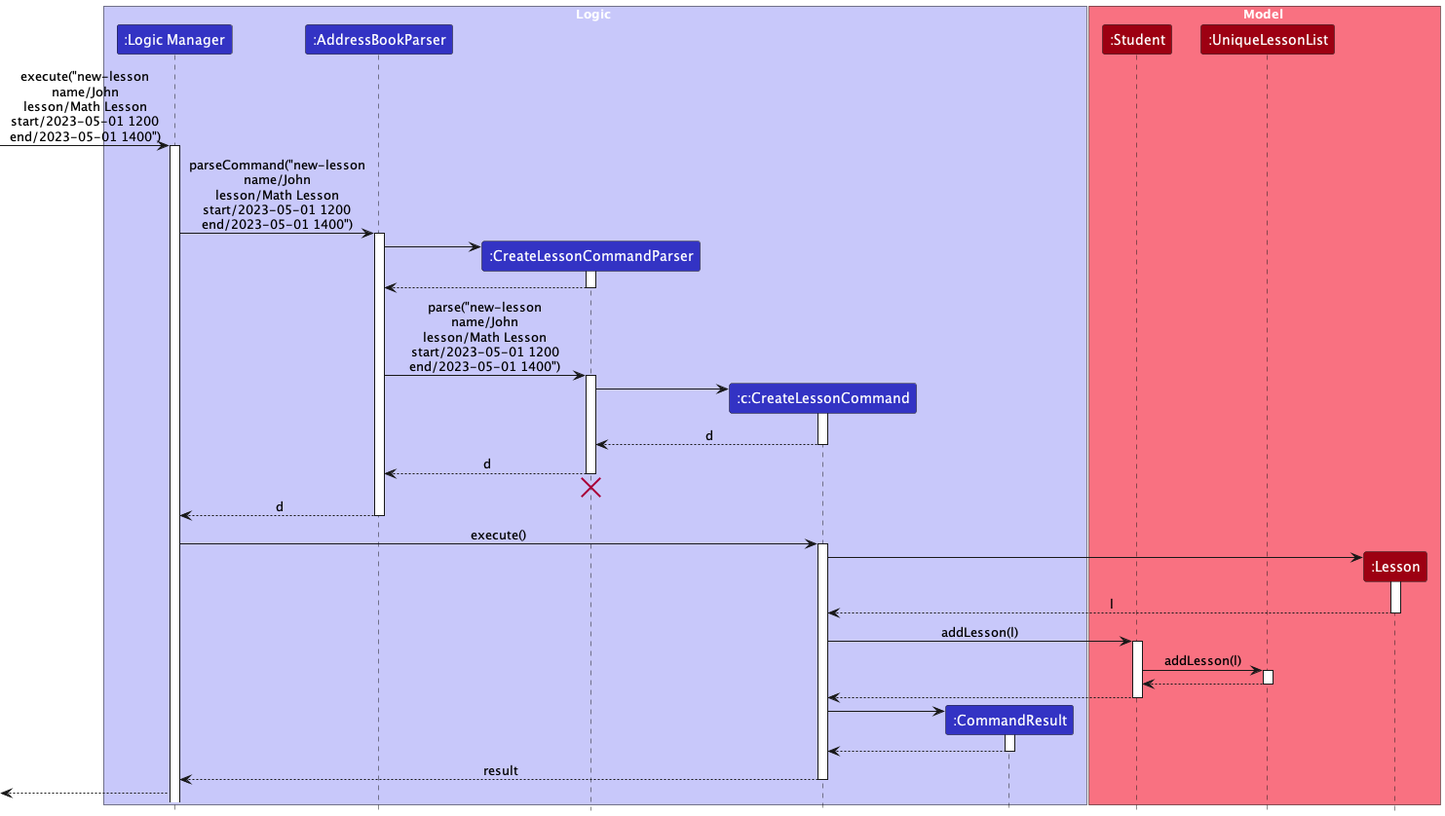
Before: docs/images/CreateLessonSequenceDiagram.png, a diagram exported from PlantUML (nus-cs2103-AY2223S2/tp). Its diagram source:
```plantuml
@startuml
!include style.puml

box Logic LOGIC_COLOR_T1
participant ":Logic Manager" as lm LOGIC_COLOR
participant ":AddressBookParser" as abp LOGIC_COLOR
participant ":CreateLessonCommandParser" as clp LOGIC_COLOR
participant ":c:CreateLessonCommand" as clc LOGIC_COLOR
participant ":CommandResult" as cr LOGIC_COLOR
end box

box Model MODEL_COLOR_T1
participant ":Student" as s MODEL_COLOR
participant ":UniqueLessonList" as ll MODEL_COLOR
participant ":Lesson" as l MODEL_COLOR
end box

[-> lm : execute("new-lesson\nname/John\nlesson/Math Lesson\nstart/2023-05-01 1200\nend/2023-05-01 1400")
activate lm

lm -> abp : parseCommand("new-lesson\nname/John\nlesson/Math Lesson\nstart/2023-05-01 1200\nend/2023-05-01 1400")
activate abp

create clp
abp -> clp
activate clp

clp --> abp
deactivate clp

abp -> clp : parse("new-lesson\nname/John\nlesson/Math Lesson\nstart/2023-05-01 1200\nend/2023-05-01 1400")
activate clp

create clc
clp -> clc
activate clc

clc --> clp : d
deactivate clc

clp --> abp : d
deactivate clp
clp -[hidden]-> abp
destroy clp

abp --> lm : d
deactivate abp

lm -> clc : execute()
activate clc

create l
clc -> l
activate l

l --> clc : l
deactivate l

clc -> s : addLesson(l)
activate s

s -> ll : addLesson(l)
activate ll

ll --> s
deactivate ll

s --> clc
deactivate s

create cr
clc -> cr
activate cr

cr --> clc
deactivate cr

clc --> lm : result
deactivate clc

[<--lm






@enduml
```
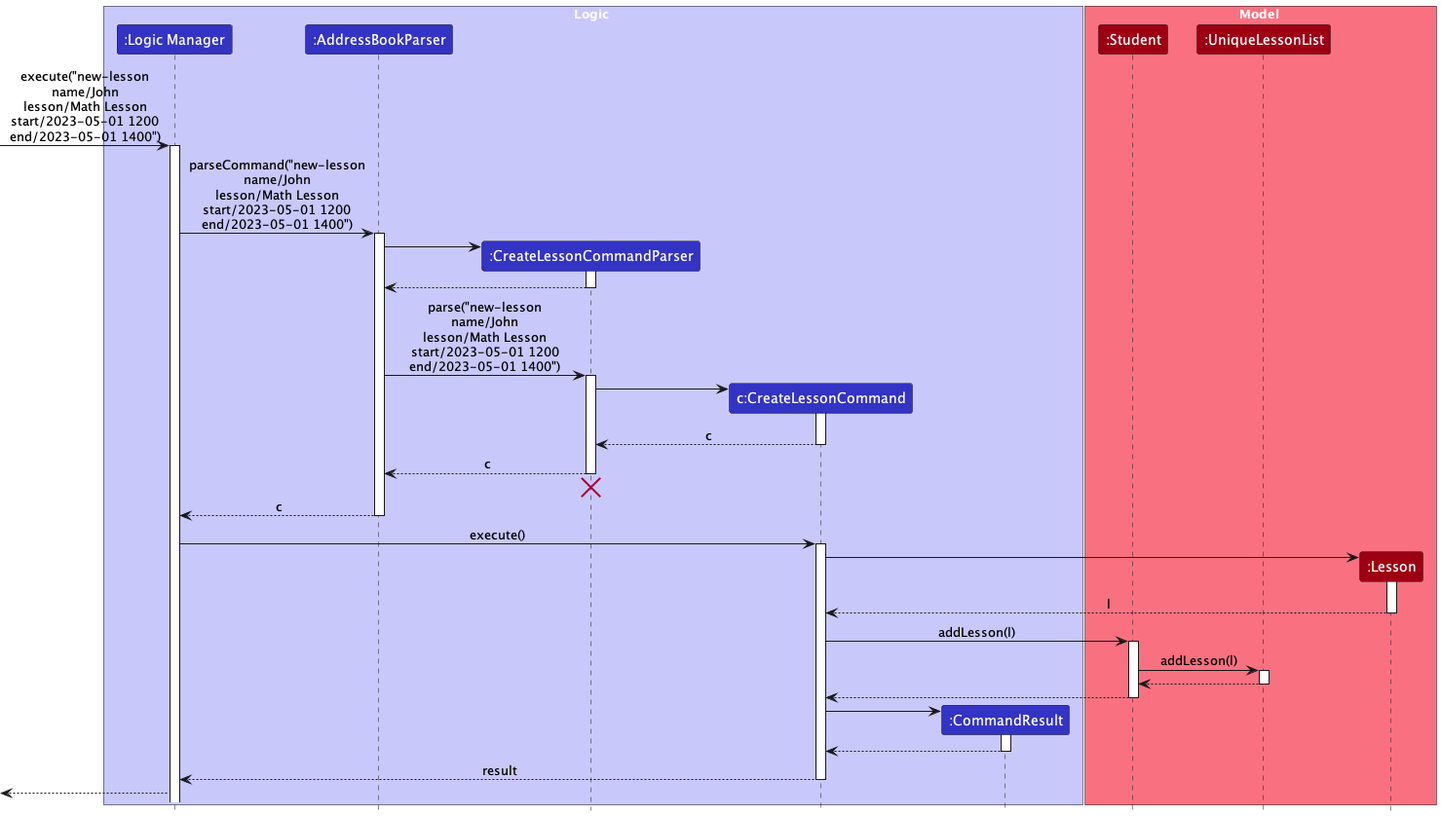
The same diagram one commit later.

Commit message:
fixed wrong representation for the sequence diagram of CreateLessonCommand

Diff of the diagram source:
```diff
@@ -5,7 +5,7 @@
 participant ":Logic Manager" as lm LOGIC_COLOR
 participant ":AddressBookParser" as abp LOGIC_COLOR
 participant ":CreateLessonCommandParser" as clp LOGIC_COLOR
-participant ":c:CreateLessonCommand" as clc LOGIC_COLOR
+participant "c:CreateLessonCommand" as clc LOGIC_COLOR
 participant ":CommandResult" as cr LOGIC_COLOR
 end box
 
@@ -35,15 +35,15 @@
 clp -> clc
 activate clc
 
-clc --> clp : d
+clc --> clp : c
 deactivate clc
 
-clp --> abp : d
+clp --> abp : c
 deactivate clp
 clp -[hidden]-> abp
 destroy clp
 
-abp --> lm : d
+abp --> lm : c
 deactivate abp
 
 lm -> clc : execute()
```
